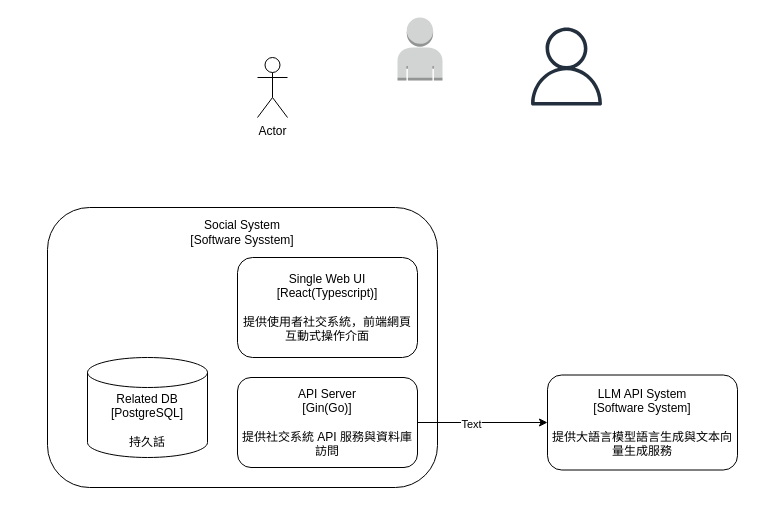
Above: backend/docs/diagram/diagram.drawio in alsk1369854/social-app (draw.io), before the change. Source tidied: cells renumbered, new cells numbered last; positions are measured from the earlier drawing's top-left corner, leaving out a move shared by most shapes. Both pictures are drawn from the tidied source at 100%, with x=0, y=0 at pixel (47, 17).
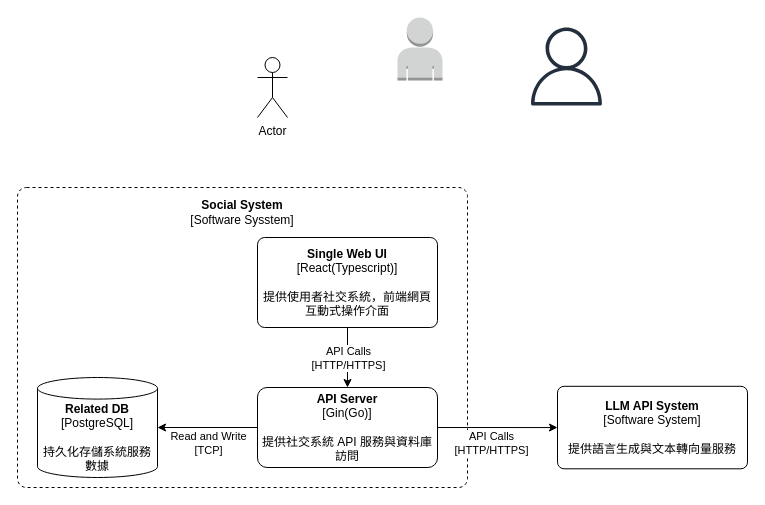
After the change.

Change to the diagram source:
```diff
@@
 <mxGraphModel>
   <root>
     <mxCell id="0" />
     <mxCell id="1" parent="0" />
     <mxCell id="2" value="Actor" style="shape=umlActor;verticalLabelPosition=bottom;verticalAlign=top;html=1;" parent="1" vertex="1">
       <mxGeometry x="210" y="40" width="30" height="60" as="geometry" />
     </mxCell>
     <mxCell id="3" style="dashed=0;verticalLabelPosition=bottom;verticalAlign=top;align=center;html=1;shape=mxgraph.aws3.user;fillColor=#D2D3D3;gradientColor=none;" parent="1" vertex="1">
       <mxGeometry x="350" width="45" height="63" as="geometry" />
     </mxCell>
     <mxCell id="4" style="sketch=0;fontColor=#232F3E;gradientColor=none;fillColor=#232F3D;strokeColor=none;dashed=0;verticalLabelPosition=bottom;verticalAlign=top;align=center;html=1;fontSize=12;fontStyle=0;shape=mxgraph.aws4.user;" parent="1" vertex="1">
       <mxGeometry x="480" y="10" width="78" height="78" as="geometry" />
     </mxCell>
-    <mxCell id="5" style="rounded=1;whiteSpace=wrap;html=1;" parent="1" vertex="1">
-      <mxGeometry y="190" width="390" height="280" as="geometry" />
+    <mxCell id="5" style="rounded=1;whiteSpace=wrap;html=1;arcSize=3;dashed=1;" parent="1" vertex="1">
+      <mxGeometry x="-30" y="170" width="450" height="300" as="geometry" />
     </mxCell>
+    <mxCell id="13" style="edgeStyle=none;html=1;" parent="1" edge="1" source="6" target="9">
+      <mxGeometry relative="1" as="geometry" />
+    </mxCell>
+    <mxCell id="14" value="&lt;div&gt;API Calls&lt;/div&gt;[HTTP/HTTPS]" style="edgeLabel;html=1;align=center;verticalAlign=middle;" parent="13" vertex="1">
+      <mxGeometry x="0.03" y="2" relative="1" as="geometry">
+        <mxPoint x="-2" y="-1" as="offset" />
+      </mxGeometry>
+    </mxCell>
-    <mxCell id="6" value="Single Web UI&lt;div&gt;[React(Typescript)]&lt;br&gt;&lt;br&gt;&lt;/div&gt;&lt;div&gt;提供使用者社交系統，前端網頁互動式操作介面&lt;/div&gt;" style="rounded=1;whiteSpace=wrap;html=1;" parent="1" vertex="1">
-      <mxGeometry x="190" y="240" width="180" height="100" as="geometry" />
+    <mxCell id="6" value="&lt;b&gt;Single Web UI&lt;/b&gt;&lt;div&gt;[React(Typescript)]&lt;br&gt;&lt;br&gt;&lt;/div&gt;&lt;div&gt;提供使用者社交系統，前端網頁互動式操作介面&lt;/div&gt;" style="rounded=1;whiteSpace=wrap;html=1;arcSize=8;" parent="1" vertex="1">
+      <mxGeometry x="210" y="220" width="180" height="90" as="geometry" />
     </mxCell>
     <mxCell id="7" style="edgeStyle=none;html=1;entryX=0;entryY=0.5;entryDx=0;entryDy=0;" parent="1" edge="1" source="9" target="12">
       <mxGeometry relative="1" as="geometry" />
     </mxCell>
-    <mxCell id="8" value="Text" style="edgeLabel;html=1;align=center;verticalAlign=middle;" parent="7" vertex="1">
-      <mxGeometry x="-0.19" y="-1" relative="1" as="geometry" />
+    <mxCell id="8" value="&lt;div&gt;API Calls&lt;/div&gt;[HTTP/HTTPS]" style="edgeLabel;html=1;align=center;verticalAlign=middle;" parent="7" vertex="1">
+      <mxGeometry x="-0.19" y="-1" relative="1" as="geometry">
+        <mxPoint x="5" y="14" as="offset" />
+      </mxGeometry>
     </mxCell>
+    <mxCell id="15" style="edgeStyle=none;html=1;" parent="1" edge="1" source="9" target="10">
+      <mxGeometry relative="1" as="geometry" />
+    </mxCell>
+    <mxCell id="16" value="&lt;div&gt;Read and Write&lt;/div&gt;[TCP]" style="edgeLabel;html=1;align=center;verticalAlign=middle;" parent="15" vertex="1">
+      <mxGeometry x="-0.01" y="2" relative="1" as="geometry">
+        <mxPoint y="13" as="offset" />
+      </mxGeometry>
+    </mxCell>
-    <mxCell id="9" value="API Server&lt;br&gt;&lt;div&gt;[Gin(Go)]&lt;/div&gt;&lt;div&gt;&lt;br&gt;&lt;/div&gt;&lt;div&gt;提供社交系統 API 服務與資料庫訪問&lt;/div&gt;" style="rounded=1;whiteSpace=wrap;html=1;" parent="1" vertex="1">
-      <mxGeometry x="190" y="360" width="180" height="90" as="geometry" />
+    <mxCell id="9" value="&lt;b&gt;API Server&lt;/b&gt;&lt;br&gt;&lt;div&gt;[Gin(Go)]&lt;/div&gt;&lt;div&gt;&lt;br&gt;&lt;/div&gt;&lt;div&gt;提供社交系統 API 服務與資料庫訪問&lt;/div&gt;" style="rounded=1;whiteSpace=wrap;html=1;arcSize=12;" parent="1" vertex="1">
+      <mxGeometry x="210" y="370" width="180" height="80" as="geometry" />
     </mxCell>
-    <mxCell id="10" value="&lt;div&gt;Related DB&lt;/div&gt;[PostgreSQL]&lt;div&gt;&lt;br&gt;&lt;/div&gt;&lt;div&gt;持久話&lt;/div&gt;" style="shape=cylinder3;whiteSpace=wrap;html=1;boundedLbl=1;backgroundOutline=1;size=15;" parent="1" vertex="1">
-      <mxGeometry x="40" y="340" width="120" height="100" as="geometry" />
+    <mxCell id="10" value="&lt;div&gt;&lt;b&gt;Related DB&lt;/b&gt;&lt;/div&gt;[PostgreSQL]&lt;div&gt;&lt;br&gt;&lt;/div&gt;&lt;div&gt;持久化存儲系統服務數據&lt;/div&gt;" style="shape=cylinder3;whiteSpace=wrap;html=1;boundedLbl=1;backgroundOutline=1;size=10.800018310546875;" parent="1" vertex="1">
+      <mxGeometry x="-10" y="360" width="120" height="100" as="geometry" />
     </mxCell>
-    <mxCell id="11" value="Social System&lt;div&gt;[Software Sysstem]&lt;/div&gt;" style="text;html=1;align=center;verticalAlign=middle;whiteSpace=wrap;rounded=0;" parent="1" vertex="1">
-      <mxGeometry x="135" y="200" width="120" height="30" as="geometry" />
+    <mxCell id="11" value="&lt;b&gt;Social System&lt;/b&gt;&lt;div&gt;[Software Sysstem]&lt;/div&gt;" style="text;html=1;align=center;verticalAlign=middle;whiteSpace=wrap;rounded=0;" parent="1" vertex="1">
+      <mxGeometry x="135" y="180" width="120" height="30" as="geometry" />
     </mxCell>
-    <mxCell id="12" value="LLM API System&lt;div&gt;[Software System]&lt;/div&gt;&lt;div&gt;&lt;br&gt;&lt;/div&gt;&lt;div&gt;提供大語言模型語言生成與文本向量生成服務&lt;/div&gt;" style="rounded=1;whiteSpace=wrap;html=1;" parent="1" vertex="1">
-      <mxGeometry x="500" y="357.5" width="190" height="95" as="geometry" />
+    <mxCell id="12" value="&lt;b&gt;LLM API System&lt;/b&gt;&lt;div&gt;[Software System]&lt;/div&gt;&lt;div&gt;&lt;br&gt;&lt;/div&gt;&lt;div&gt;提供語言生成與文本轉向量服務&lt;/div&gt;" style="rounded=1;whiteSpace=wrap;html=1;arcSize=8;" parent="1" vertex="1">
+      <mxGeometry x="510" y="368.8" width="190" height="82.5" as="geometry" />
     </mxCell>
   </root>
 </mxGraphModel>
```
